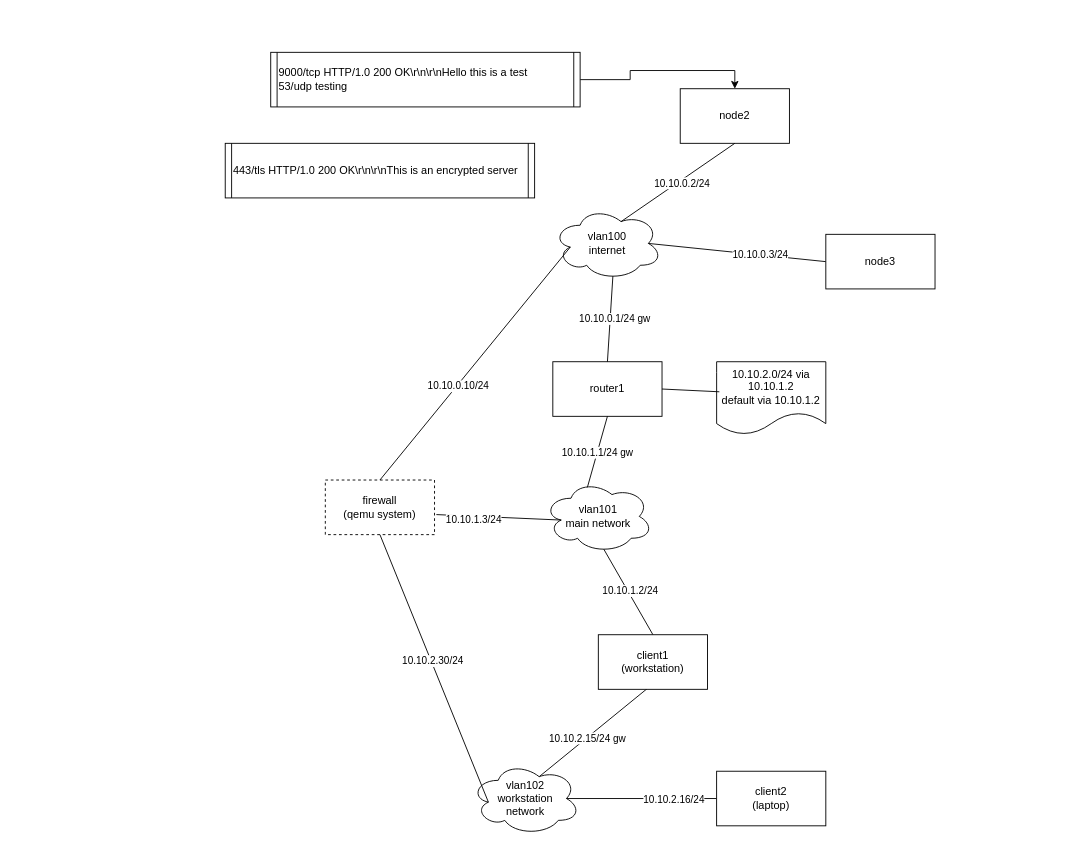
mverboom/pve-testenv keeps this draw.io diagram as testing.drawio. Above is the earlier version. Source tidied: cells renumbered, new cells numbered last; positions are measured from the earlier drawing's top-left corner, leaving out a move shared by most shapes. Both pictures are drawn from the tidied source at 91%, with x=0, y=0 at pixel (225, 52).
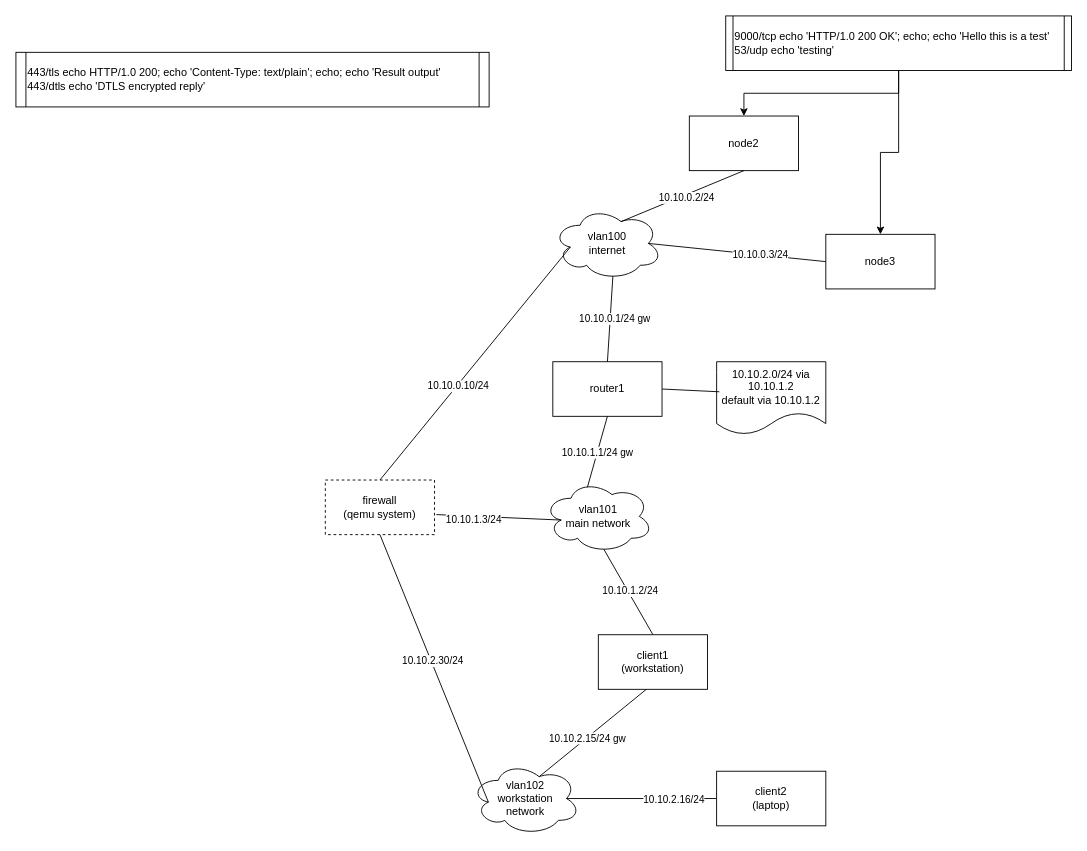
The same page after the edit.

The change refers to these unchanged cells:
```xml
<mxCell id="11" value="node3" style="rounded=0;whiteSpace=wrap;html=1;" parent="1" vertex="1">
  <mxGeometry x="660" y="200" width="120" height="60" as="geometry" />
</mxCell>
```

What changed in the source:
```diff
@@
     <mxCell id="4" value="node2" style="rounded=0;whiteSpace=wrap;html=1;" parent="1" vertex="1">
-      <mxGeometry x="500" y="40" width="120" height="60" as="geometry" />
+      <mxGeometry x="510" y="70" width="120" height="60" as="geometry" />
     </mxCell>
@@
+    <mxCell id="36" style="edgeStyle=orthogonalEdgeStyle;rounded=0;jettySize=auto;html=1;exitX=0.5;exitY=1;exitDx=0;exitDy=0;entryX=0.5;entryY=0;entryDx=0;entryDy=0;" parent="1" edge="1" source="34" target="11">
+      <mxGeometry relative="1" as="geometry" />
+    </mxCell>
-    <mxCell id="34" value="&lt;div&gt;9000/tcp HTTP/1.0 200 OK\r\n\r\nHello this is a test&lt;/div&gt;&lt;div&gt;53/udp testing&lt;/div&gt;" style="shape=process;whiteSpace=wrap;html=1;backgroundOutline=1;align=left;size=0.021739130434782608;" parent="1" vertex="1">
-      <mxGeometry x="50" width="340" height="60" as="geometry" />
+    <mxCell id="34" value="&lt;div&gt;9000/tcp echo 'HTTP/1.0 200 OK'; echo; echo 'Hello this is a test'&lt;/div&gt;&lt;div&gt;53/udp echo 'testing'&lt;/div&gt;" style="shape=process;whiteSpace=wrap;html=1;backgroundOutline=1;align=left;size=0.021739130434782608;" parent="1" vertex="1">
+      <mxGeometry x="550" y="-40" width="380" height="60" as="geometry" />
     </mxCell>
-    <mxCell id="35" value="&lt;div&gt;&lt;span style=&quot;background-color: transparent; color: light-dark(rgb(0, 0, 0), rgb(255, 255, 255));&quot;&gt;443/tls HTTP/1.0 200 OK\r\n\r\nThis is an encrypted server&lt;/span&gt;&lt;/div&gt;" style="shape=process;whiteSpace=wrap;html=1;backgroundOutline=1;align=left;size=0.021739130434782608;" parent="1" vertex="1">
-      <mxGeometry y="100" width="340" height="60" as="geometry" />
+    <mxCell id="35" value="&lt;span style=&quot;color: light-dark(rgb(0, 0, 0), rgb(255, 255, 255)); background-color: transparent;&quot;&gt;443/tls e&lt;/span&gt;&lt;span style=&quot;background-color: transparent;&quot;&gt;cho HTTP/1.0 200; echo 'Content-Type: text/plain'; echo; echo 'Result output'&lt;/span&gt;&lt;div&gt;&lt;span style=&quot;background-color: transparent;&quot;&gt;443/dtls echo 'DTLS encrypted reply'&lt;/span&gt;&lt;/div&gt;" style="shape=process;whiteSpace=wrap;html=1;backgroundOutline=1;align=left;size=0.021739130434782608;" parent="1" vertex="1">
+      <mxGeometry x="-230" width="520" height="60" as="geometry" />
     </mxCell>
```
